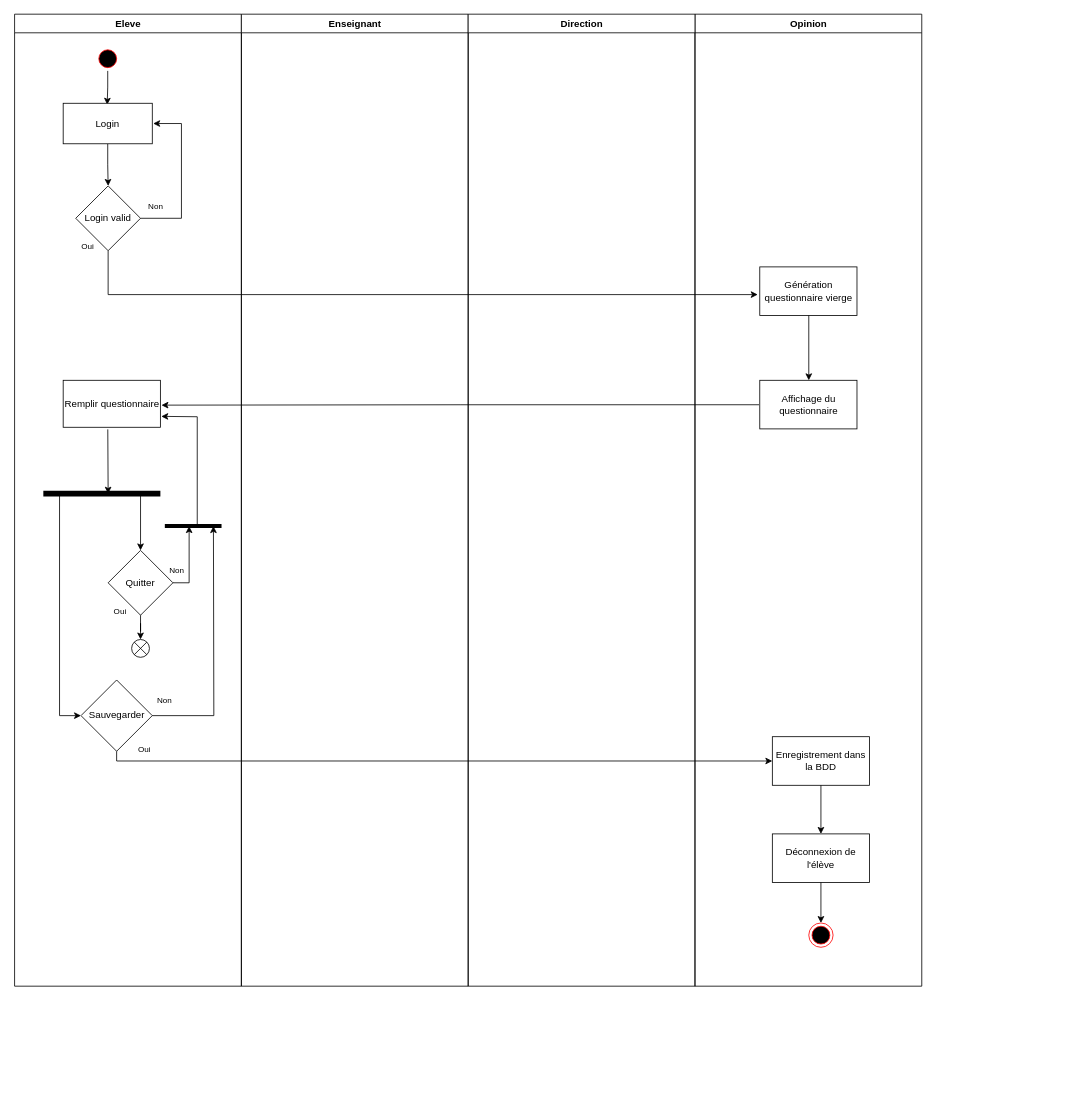
Above: DiagrameDActivite1.drawio in Devetik/Diagrammes (draw.io), before the change. Source tidied: cells renumbered, new cells numbered last; positions are measured from the earlier drawing's top-left corner, leaving out a move shared by most shapes. Both pictures are drawn from the tidied source at 81%, with x=0, y=0 at pixel (14, 14).
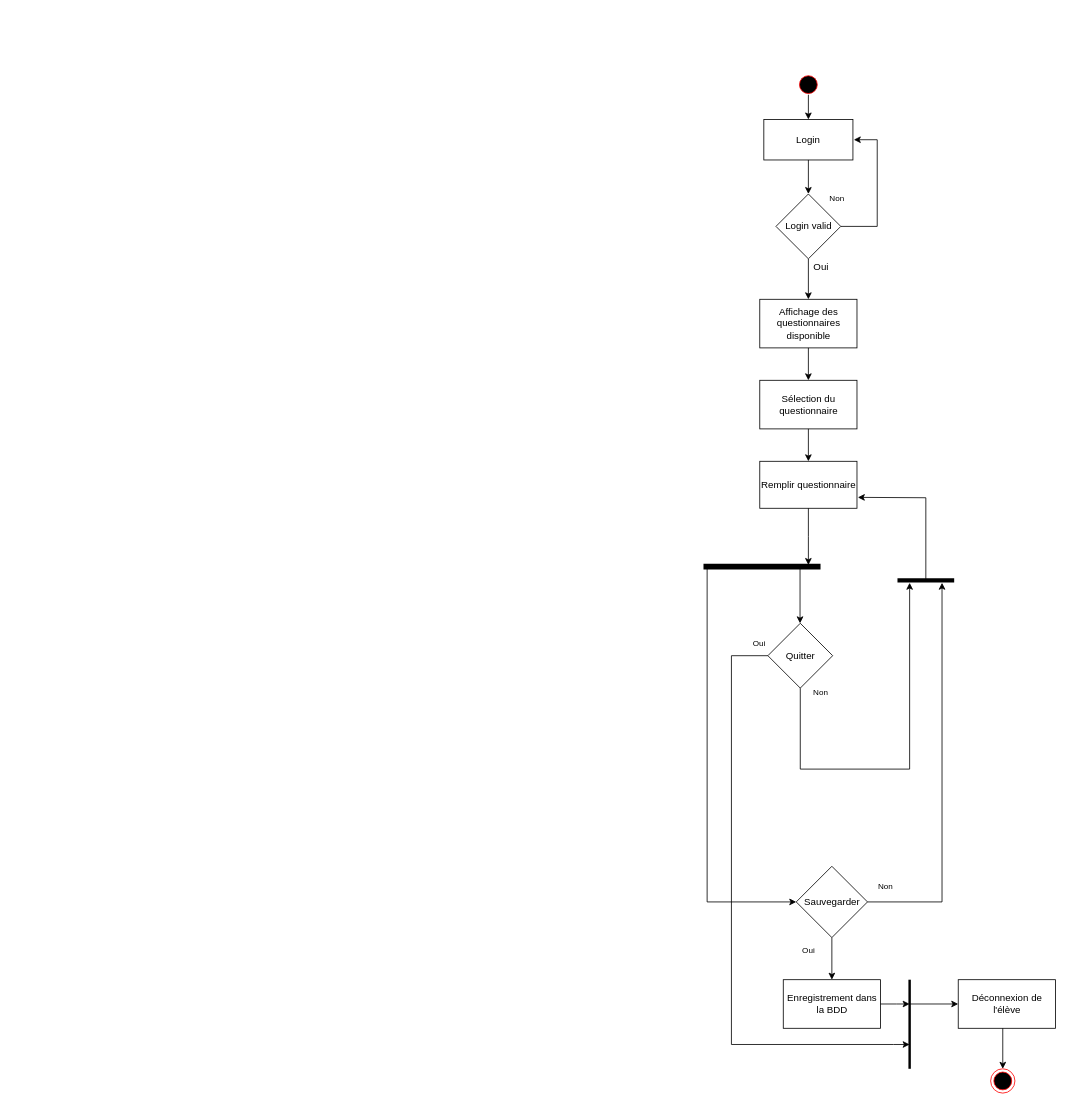
The same diagram, later.

The edit, as a diff of the source:
```diff
@@
-    <mxCell id="2" value="Opinion" style="swimlane;whiteSpace=wrap;" parent="1" vertex="1">
-      <mxGeometry x="840.5" width="280" height="1200" as="geometry" />
-    </mxCell>
-    <mxCell id="3" value="Génération questionnaire vierge" style="whiteSpace=wrap;html=1;fillColor=none;strokeColor=rgb(0, 0, 0);" parent="2" vertex="1">
-      <mxGeometry x="80" y="312" width="120" height="60" as="geometry" />
-    </mxCell>
-    <mxCell id="4" value="Enregistrement dans la BDD" style="rounded=0;whiteSpace=wrap;html=1;fontColor=default;fillColor=none;" parent="2" vertex="1">
-      <mxGeometry x="95.5" y="892" width="120" height="60" as="geometry" />
-    </mxCell>
-    <mxCell id="5" value="Déconnexion de l'élève" style="rounded=0;whiteSpace=wrap;html=1;fontColor=default;fillColor=none;" parent="2" vertex="1">
-      <mxGeometry x="95.5" y="1012" width="120" height="60" as="geometry" />
-    </mxCell>
-    <mxCell id="6" style="ellipse;html=1;shape=endState;fillColor=#000000;strokeColor=#ff0000;fontColor=default;" parent="2" vertex="1">
-      <mxGeometry x="140.5" y="1122" width="30" height="30" as="geometry" />
-    </mxCell>
-    <mxCell id="7" value="Eleve" style="swimlane;whiteSpace=wrap;" parent="1" vertex="1">
-      <mxGeometry x="0.5" width="280" height="1200" as="geometry" />
-    </mxCell>
+    <mxCell id="30" style="edgeStyle=orthogonalEdgeStyle;rounded=0;jettySize=auto;html=1;entryX=0.5;entryY=0;entryDx=0;entryDy=0;" parent="1" edge="1" source="31" target="14">
+      <mxGeometry relative="1" as="geometry" />
+    </mxCell>
+    <mxCell id="31" value="Sélection du questionnaire" style="whiteSpace=wrap;html=1;fillColor=none;strokeColor=rgb(0, 0, 0);fontColor=rgb(0, 0, 0);" parent="1" vertex="1">
+      <mxGeometry x="920.5" y="452" width="120" height="60" as="geometry" />
+    </mxCell>
+    <mxCell id="9" style="ellipse;shape=startState;fillColor=#000000;strokeColor=#ff0000;" parent="1" vertex="1">
+      <mxGeometry x="965.5" y="72" width="30" height="30" as="geometry" />
+    </mxCell>
-    <mxCell id="8" style="edgeStyle=orthogonalEdgeStyle;rounded=0;jettySize=auto;html=1;exitX=0.5;exitY=1;exitDx=0;exitDy=0;entryX=0.494;entryY=0.036;entryDx=0;entryDy=0;entryPerimeter=0;fontColor=default;" parent="7" edge="1" source="9" target="11">
+    <mxCell id="8" style="edgeStyle=orthogonalEdgeStyle;rounded=0;jettySize=auto;html=1;exitX=0.5;exitY=0.916;exitDx=0;exitDy=0;entryX=0.5;entryY=0;entryDx=0;entryDy=0;fontColor=default;exitPerimeter=0;" parent="1" edge="1" source="9" target="11">
       <mxGeometry relative="1" as="geometry" />
     </mxCell>
-    <mxCell id="9" style="ellipse;shape=startState;fillColor=#000000;strokeColor=#ff0000;" parent="7" vertex="1">
-      <mxGeometry x="100" y="40" width="30" height="30" as="geometry" />
-    </mxCell>
+    <mxCell id="11" value="Login" style="fillColor=none;" parent="1" vertex="1">
+      <mxGeometry x="925.5" y="130" width="110" height="50" as="geometry" />
+    </mxCell>
-    <mxCell id="10" style="edgeStyle=orthogonalEdgeStyle;rounded=0;jettySize=auto;html=1;entryX=0.5;entryY=0;entryDx=0;entryDy=0;fontColor=default;" parent="7" edge="1" source="11" target="13">
+    <mxCell id="10" style="edgeStyle=orthogonalEdgeStyle;rounded=0;jettySize=auto;html=1;entryX=0.5;entryY=0;entryDx=0;entryDy=0;fontColor=default;" parent="1" edge="1" source="11" target="13">
       <mxGeometry relative="1" as="geometry" />
     </mxCell>
-    <mxCell id="11" value="Login" parent="7" vertex="1">
-      <mxGeometry x="60" y="110" width="110" height="50" as="geometry" />
-    </mxCell>
-    <mxCell id="12" style="edgeStyle=orthogonalEdgeStyle;rounded=0;jettySize=auto;html=1;fontColor=default;exitX=1;exitY=0.5;exitDx=0;exitDy=0;entryX=1.01;entryY=0.5;entryDx=0;entryDy=0;entryPerimeter=0;" parent="7" edge="1" source="13" target="11">
+    <mxCell id="12" style="edgeStyle=orthogonalEdgeStyle;rounded=0;jettySize=auto;html=1;fontColor=default;exitX=1;exitY=0.5;exitDx=0;exitDy=0;entryX=1.01;entryY=0.5;entryDx=0;entryDy=0;entryPerimeter=0;" parent="1" edge="1" source="13" target="11">
       <mxGeometry relative="1" as="geometry">
         <Array as="points">
-          <mxPoint x="206" y="252" />
-          <mxPoint x="206" y="135" />
+          <mxPoint x="1065.5" y="262" />
+          <mxPoint x="1065.5" y="155" />
         </Array>
       </mxGeometry>
     </mxCell>
+    <mxCell id="42" style="edgeStyle=orthogonalEdgeStyle;rounded=0;jettySize=auto;html=1;exitX=0.5;exitY=1;exitDx=0;exitDy=0;entryX=0.5;entryY=0;entryDx=0;entryDy=0;" parent="1" edge="1" source="13" target="47">
+      <mxGeometry relative="1" as="geometry" />
+    </mxCell>
-    <mxCell id="13" value="Login valid" style="rhombus;whiteSpace=wrap;html=1;fontColor=default;fillColor=none;" parent="7" vertex="1">
-      <mxGeometry x="75.5" y="212" width="80" height="80" as="geometry" />
+    <mxCell id="13" value="Login valid" style="rhombus;whiteSpace=wrap;html=1;fontColor=default;fillColor=none;" parent="1" vertex="1">
+      <mxGeometry x="940.5" y="222" width="80" height="80" as="geometry" />
     </mxCell>
+    <mxCell id="21" value="&lt;font style=&quot;font-size: 10px;&quot;&gt;Non&lt;/font&gt;" style="text;html=1;strokeColor=none;fillColor=none;align=center;verticalAlign=middle;whiteSpace=wrap;rounded=0;fontColor=default;" parent="1" vertex="1">
+      <mxGeometry x="985.5" y="212" width="60" height="30" as="geometry" />
+    </mxCell>
+    <mxCell id="43" style="edgeStyle=orthogonalEdgeStyle;rounded=0;jettySize=auto;html=1;" parent="1" edge="1" source="14">
+      <mxGeometry relative="1" as="geometry">
+        <mxPoint x="980.5" y="680" as="targetPoint" />
+      </mxGeometry>
+    </mxCell>
-    <mxCell id="14" value="Remplir questionnaire" style="whiteSpace=wrap;html=1;fillColor=none;strokeColor=rgb(0, 0, 0);fontColor=rgb(0, 0, 0);" parent="7" vertex="1">
-      <mxGeometry x="60" y="452" width="120" height="58" as="geometry" />
+    <mxCell id="14" value="Remplir questionnaire" style="whiteSpace=wrap;html=1;fillColor=none;strokeColor=rgb(0, 0, 0);fontColor=rgb(0, 0, 0);" parent="1" vertex="1">
+      <mxGeometry x="920.5" y="552" width="120" height="58" as="geometry" />
     </mxCell>
-    <mxCell id="15" style="endArrow=none;html=1;rounded=0;fontColor=default;strokeWidth=7;" parent="7" edge="1">
+    <mxCell id="15" style="endArrow=none;html=1;rounded=0;fontColor=default;strokeWidth=7;" parent="1" edge="1">
       <mxGeometry relative="1" as="geometry">
-        <mxPoint x="35.5" y="592" as="sourcePoint" />
-        <mxPoint x="180" y="592" as="targetPoint" />
+        <mxPoint x="851" y="682" as="sourcePoint" />
+        <mxPoint x="995.5" y="682" as="targetPoint" />
       </mxGeometry>
     </mxCell>
-    <mxCell id="16" style="edgeStyle=orthogonalEdgeStyle;rounded=0;jettySize=auto;html=1;entryX=0.5;entryY=0;entryDx=0;entryDy=0;fontColor=default;strokeWidth=1;" parent="7" edge="1" source="17" target="19">
-      <mxGeometry relative="1" as="geometry" />
+    <mxCell id="16" style="edgeStyle=orthogonalEdgeStyle;rounded=0;jettySize=auto;html=1;fontColor=default;strokeWidth=1;" parent="1" edge="1" source="17">
+      <mxGeometry relative="1" as="geometry">
+        <mxPoint x="1105.5" y="1272" as="targetPoint" />
+        <Array as="points">
+          <mxPoint x="885.5" y="792" />
+          <mxPoint x="885.5" y="1272" />
+          <mxPoint x="1085.5" y="1272" />
+        </Array>
+      </mxGeometry>
     </mxCell>
-    <mxCell id="17" value="Quitter" style="rhombus;whiteSpace=wrap;html=1;fontColor=default;fillColor=none;" parent="7" vertex="1">
-      <mxGeometry x="115.5" y="662" width="80" height="80" as="geometry" />
+    <mxCell id="17" value="Quitter" style="rhombus;whiteSpace=wrap;html=1;fontColor=default;fillColor=none;" parent="1" vertex="1">
+      <mxGeometry x="930.5" y="752" width="80" height="80" as="geometry" />
     </mxCell>
-    <mxCell id="18" style="endArrow=classic;html=1;rounded=0;fontColor=default;strokeWidth=1;" parent="7" edge="1">
+    <mxCell id="18" style="endArrow=classic;html=1;rounded=0;fontColor=default;strokeWidth=1;" parent="1" edge="1">
       <mxGeometry relative="1" as="geometry">
-        <mxPoint x="155.5" y="592" as="sourcePoint" />
-        <mxPoint x="155.5" y="662" as="targetPoint" />
+        <mxPoint x="970.2" y="682" as="sourcePoint" />
+        <mxPoint x="970.2" y="752" as="targetPoint" />
       </mxGeometry>
     </mxCell>
-    <mxCell id="19" style="shape=sumEllipse;perimeter=ellipsePerimeter;whiteSpace=wrap;html=1;backgroundOutline=1;fontColor=default;fillColor=none;" parent="7" vertex="1">
-      <mxGeometry x="144.5" y="772" width="22" height="22" as="geometry" />
-    </mxCell>
+    <mxCell id="44" style="edgeStyle=orthogonalEdgeStyle;rounded=0;jettySize=auto;html=1;entryX=0.5;entryY=0;entryDx=0;entryDy=0;" parent="1" edge="1" source="20" target="4">
+      <mxGeometry relative="1" as="geometry" />
+    </mxCell>
-    <mxCell id="20" value="Sauvegarder" style="rhombus;whiteSpace=wrap;html=1;fontColor=default;fillColor=none;" parent="7" vertex="1">
-      <mxGeometry x="82" y="822" width="88" height="88" as="geometry" />
+    <mxCell id="20" value="Sauvegarder" style="rhombus;whiteSpace=wrap;html=1;fontColor=default;fillColor=none;" parent="1" vertex="1">
+      <mxGeometry x="965.5" y="1052" width="88" height="88" as="geometry" />
     </mxCell>
-    <mxCell id="21" value="&lt;font style=&quot;font-size: 10px;&quot;&gt;Non&lt;/font&gt;" style="text;html=1;strokeColor=none;fillColor=none;align=center;verticalAlign=middle;whiteSpace=wrap;rounded=0;fontColor=default;" parent="7" vertex="1">
-      <mxGeometry x="144.5" y="222" width="60" height="30" as="geometry" />
-    </mxCell>
-    <mxCell id="22" value="&lt;font style=&quot;font-size: 10px;&quot;&gt;Non&lt;/font&gt;" style="text;html=1;strokeColor=none;fillColor=none;align=center;verticalAlign=middle;whiteSpace=wrap;rounded=0;fontColor=default;" parent="7" vertex="1">
-      <mxGeometry x="170" y="672" width="60" height="30" as="geometry" />
+    <mxCell id="22" value="&lt;font style=&quot;font-size: 10px;&quot;&gt;Non&lt;/font&gt;" style="text;html=1;strokeColor=none;fillColor=none;align=center;verticalAlign=middle;whiteSpace=wrap;rounded=0;fontColor=default;" parent="1" vertex="1">
+      <mxGeometry x="965.5" y="822" width="60" height="30" as="geometry" />
     </mxCell>
-    <mxCell id="23" value="&lt;font style=&quot;font-size: 10px;&quot;&gt;Non&lt;/font&gt;" style="text;html=1;strokeColor=none;fillColor=none;align=center;verticalAlign=middle;whiteSpace=wrap;rounded=0;fontColor=default;" parent="7" vertex="1">
-      <mxGeometry x="155.5" y="832" width="60" height="30" as="geometry" />
+    <mxCell id="23" value="&lt;font style=&quot;font-size: 10px;&quot;&gt;Non&lt;/font&gt;" style="text;html=1;strokeColor=none;fillColor=none;align=center;verticalAlign=middle;whiteSpace=wrap;rounded=0;fontColor=default;" parent="1" vertex="1">
+      <mxGeometry x="1045.5" y="1062" width="60" height="30" as="geometry" />
     </mxCell>
-    <mxCell id="24" value="&lt;font style=&quot;font-size: 10px;&quot;&gt;Oui&lt;/font&gt;" style="text;html=1;strokeColor=none;fillColor=none;align=center;verticalAlign=middle;whiteSpace=wrap;rounded=0;fontColor=default;" parent="7" vertex="1">
-      <mxGeometry x="130" y="892" width="60" height="30" as="geometry" />
+    <mxCell id="24" value="&lt;font style=&quot;font-size: 10px;&quot;&gt;Oui&lt;/font&gt;" style="text;html=1;strokeColor=none;fillColor=none;align=center;verticalAlign=middle;whiteSpace=wrap;rounded=0;fontColor=default;" parent="1" vertex="1">
+      <mxGeometry x="950.5" y="1140" width="60" height="30" as="geometry" />
     </mxCell>
-    <mxCell id="25" value="&lt;font style=&quot;font-size: 10px;&quot;&gt;Oui&lt;/font&gt;" style="text;html=1;strokeColor=none;fillColor=none;align=center;verticalAlign=middle;whiteSpace=wrap;rounded=0;fontColor=default;" parent="7" vertex="1">
-      <mxGeometry x="100" y="722" width="60" height="30" as="geometry" />
+    <mxCell id="25" value="&lt;font style=&quot;font-size: 10px;&quot;&gt;Oui&lt;/font&gt;" style="text;html=1;strokeColor=none;fillColor=none;align=center;verticalAlign=middle;whiteSpace=wrap;rounded=0;fontColor=default;" parent="1" vertex="1">
+      <mxGeometry x="890" y="762" width="60" height="30" as="geometry" />
     </mxCell>
-    <mxCell id="26" value="&lt;font style=&quot;font-size: 10px;&quot;&gt;Oui&lt;/font&gt;" style="text;html=1;strokeColor=none;fillColor=none;align=center;verticalAlign=middle;whiteSpace=wrap;rounded=0;fontColor=default;" parent="7" vertex="1">
-      <mxGeometry x="60" y="272" width="60" height="30" as="geometry" />
-    </mxCell>
-    <mxCell id="27" value="Enseignant" style="swimlane;whiteSpace=wrap;" parent="1" vertex="1">
-      <mxGeometry x="280.5" width="280" height="1200" as="geometry" />
-    </mxCell>
-    <mxCell id="28" value="Direction" style="swimlane;whiteSpace=wrap;" parent="1" vertex="1">
-      <mxGeometry x="560.5" width="280" height="1200" as="geometry" />
-    </mxCell>
-    <mxCell id="29" style="edgeStyle=orthogonalEdgeStyle;rounded=0;jettySize=auto;html=1;fontColor=default;entryX=-0.021;entryY=0.57;entryDx=0;entryDy=0;entryPerimeter=0;" parent="1" edge="1" source="13" target="3">
-      <mxGeometry relative="1" as="geometry">
-        <Array as="points">
-          <mxPoint x="116" y="346" />
-        </Array>
-      </mxGeometry>
-    </mxCell>
-    <mxCell id="30" style="edgeStyle=orthogonalEdgeStyle;rounded=0;jettySize=auto;html=1;fontColor=default;exitX=-0.008;exitY=0.503;exitDx=0;exitDy=0;exitPerimeter=0;entryX=1.011;entryY=0.529;entryDx=0;entryDy=0;entryPerimeter=0;" parent="1" edge="1" source="31" target="14">
-      <mxGeometry relative="1" as="geometry" />
-    </mxCell>
-    <mxCell id="31" value="Affichage du questionnaire" style="whiteSpace=wrap;html=1;fillColor=none;strokeColor=rgb(0, 0, 0);fontColor=rgb(0, 0, 0);" parent="1" vertex="1">
-      <mxGeometry x="920.5" y="452" width="120" height="60" as="geometry" />
-    </mxCell>
-    <mxCell id="32" style="edgeStyle=orthogonalEdgeStyle;rounded=0;orthogonalLoop=1;jettySize=auto;html=1;fontColor=default;" parent="1" edge="1">
-      <mxGeometry relative="1" as="geometry">
-        <mxPoint x="981" y="372" as="sourcePoint" />
-        <mxPoint x="981" y="452" as="targetPoint" />
-      </mxGeometry>
-    </mxCell>
-    <mxCell id="33" style="endArrow=classic;html=1;rounded=0;fontColor=default;exitX=0.459;exitY=1.045;exitDx=0;exitDy=0;exitPerimeter=0;" parent="1" edge="1" source="14">
-      <mxGeometry relative="1" as="geometry">
-        <mxPoint x="116" y="592" as="targetPoint" />
-      </mxGeometry>
-    </mxCell>
     <mxCell id="34" style="endArrow=classic;html=1;rounded=0;fontColor=default;strokeWidth=1;entryX=0;entryY=0.5;entryDx=0;entryDy=0;" parent="1" edge="1" target="20">
       <mxGeometry relative="1" as="geometry">
-        <mxPoint x="56" y="592" as="sourcePoint" />
+        <mxPoint x="855.5" y="682" as="sourcePoint" />
         <Array as="points">
-          <mxPoint x="56" y="866" />
+          <mxPoint x="855.5" y="1096" />
         </Array>
       </mxGeometry>
     </mxCell>
-    <mxCell id="35" style="edgeStyle=orthogonalEdgeStyle;rounded=0;jettySize=auto;html=1;fontColor=default;endArrow=classic;endFill=1;strokeWidth=1;" parent="1" edge="1" source="20">
-      <mxGeometry relative="1" as="geometry">
-        <mxPoint x="936" y="922" as="targetPoint" />
-        <Array as="points">
-          <mxPoint x="126" y="922" />
-          <mxPoint x="926" y="922" />
-        </Array>
-      </mxGeometry>
-    </mxCell>
-    <mxCell id="36" style="edgeStyle=orthogonalEdgeStyle;rounded=0;orthogonalLoop=1;jettySize=auto;html=1;fontColor=default;endArrow=classic;endFill=1;strokeWidth=1;" parent="1" edge="1">
-      <mxGeometry relative="1" as="geometry">
-        <mxPoint x="996" y="952" as="sourcePoint" />
-        <mxPoint x="996" y="1012" as="targetPoint" />
-      </mxGeometry>
-    </mxCell>
-    <mxCell id="37" style="edgeStyle=orthogonalEdgeStyle;rounded=0;orthogonalLoop=1;jettySize=auto;html=1;fontColor=default;endArrow=classic;endFill=1;strokeWidth=1;" parent="1" edge="1">
-      <mxGeometry relative="1" as="geometry">
-        <mxPoint x="996" y="1072" as="sourcePoint" />
-        <mxPoint x="996" y="1122" as="targetPoint" />
-      </mxGeometry>
-    </mxCell>
     <mxCell id="38" style="endArrow=none;html=1;rounded=0;fontColor=default;strokeWidth=5;" parent="1" edge="1">
       <mxGeometry relative="1" as="geometry">
-        <mxPoint x="186" y="632" as="sourcePoint" />
-        <mxPoint x="256" y="632" as="targetPoint" />
+        <mxPoint x="1090.5" y="699" as="sourcePoint" />
+        <mxPoint x="1160.5" y="699" as="targetPoint" />
       </mxGeometry>
     </mxCell>
     <mxCell id="39" style="edgeStyle=orthogonalEdgeStyle;rounded=0;jettySize=auto;html=1;fontColor=default;endArrow=classic;endFill=1;strokeWidth=1;" parent="1" edge="1" source="20">
       <mxGeometry relative="1" as="geometry">
-        <mxPoint x="246" y="632" as="targetPoint" />
+        <mxPoint x="1145.5" y="702" as="targetPoint" />
+        <Array as="points">
+          <mxPoint x="1145.5" y="1096" />
+          <mxPoint x="1145.5" y="702" />
+        </Array>
       </mxGeometry>
     </mxCell>
     <mxCell id="40" style="edgeStyle=orthogonalEdgeStyle;rounded=0;jettySize=auto;html=1;fontColor=default;endArrow=classic;endFill=1;strokeWidth=1;" parent="1" edge="1" source="17">
       <mxGeometry relative="1" as="geometry">
-        <mxPoint x="216" y="632" as="targetPoint" />
+        <mxPoint x="1105.5" y="702" as="targetPoint" />
         <Array as="points">
-          <mxPoint x="216" y="702" />
+          <mxPoint x="970.5" y="932" />
+          <mxPoint x="1105.5" y="932" />
         </Array>
       </mxGeometry>
     </mxCell>
     <mxCell id="41" style="endArrow=classic;html=1;rounded=0;fontColor=default;strokeWidth=1;entryX=1.009;entryY=0.768;entryDx=0;entryDy=0;entryPerimeter=0;" parent="1" edge="1" target="14">
       <mxGeometry relative="1" as="geometry">
-        <mxPoint x="226" y="632" as="sourcePoint" />
+        <mxPoint x="1125.5" y="699" as="sourcePoint" />
         <Array as="points">
-          <mxPoint x="226" y="497" />
+          <mxPoint x="1125.5" y="597" />
         </Array>
       </mxGeometry>
     </mxCell>
+    <mxCell id="45" style="edgeStyle=orthogonalEdgeStyle;rounded=0;jettySize=auto;html=1;strokeWidth=1;" parent="1" edge="1" source="4">
+      <mxGeometry relative="1" as="geometry">
+        <mxPoint x="1105.5" y="1222" as="targetPoint" />
+      </mxGeometry>
+    </mxCell>
+    <mxCell id="4" value="Enregistrement dans la BDD" style="rounded=0;whiteSpace=wrap;html=1;fontColor=default;fillColor=none;" parent="1" vertex="1">
+      <mxGeometry x="949.5" y="1192" width="120" height="60" as="geometry" />
+    </mxCell>
+    <mxCell id="5" value="Déconnexion de l'élève" style="rounded=0;whiteSpace=wrap;html=1;fontColor=default;fillColor=none;" parent="1" vertex="1">
+      <mxGeometry x="1165.5" y="1192" width="120" height="60" as="geometry" />
+    </mxCell>
+    <mxCell id="6" style="ellipse;html=1;shape=endState;fillColor=#000000;strokeColor=#ff0000;fontColor=default;" parent="1" vertex="1">
+      <mxGeometry x="1205.5" y="1302" width="30" height="30" as="geometry" />
+    </mxCell>
+    <mxCell id="37" style="edgeStyle=orthogonalEdgeStyle;rounded=0;orthogonalLoop=1;jettySize=auto;html=1;fontColor=default;endArrow=classic;endFill=1;strokeWidth=1;" parent="1" edge="1">
+      <mxGeometry relative="1" as="geometry">
+        <mxPoint x="1220.5" y="1252" as="sourcePoint" />
+        <mxPoint x="1220.5" y="1302" as="targetPoint" />
+      </mxGeometry>
+    </mxCell>
+    <mxCell id="26" value="Oui" style="text;html=1;align=center;verticalAlign=middle;strokeColor=none;fillColor=none;" parent="1" vertex="1">
+      <mxGeometry x="980.5" y="302" width="30" height="20" as="geometry" />
+    </mxCell>
+    <mxCell id="46" style="edgeStyle=orthogonalEdgeStyle;rounded=0;jettySize=auto;html=1;entryX=0.5;entryY=0;entryDx=0;entryDy=0;" parent="1" edge="1" source="47" target="31">
+      <mxGeometry relative="1" as="geometry" />
+    </mxCell>
+    <mxCell id="47" value="Affichage des questionnaires disponible" style="rounded=0;whiteSpace=wrap;html=1;fillColor=none;" parent="1" vertex="1">
+      <mxGeometry x="920.5" y="352" width="120" height="60" as="geometry" />
+    </mxCell>
+    <mxCell id="48" style="endArrow=none;html=1;rounded=0;strokeWidth=3;" parent="1" edge="1">
+      <mxGeometry relative="1" as="geometry">
+        <mxPoint x="1105.5" y="1302" as="sourcePoint" />
+        <mxPoint x="1105.5" y="1192" as="targetPoint" />
+      </mxGeometry>
+    </mxCell>
+    <mxCell id="49" style="endArrow=classic;html=1;rounded=0;strokeWidth=1;entryX=0;entryY=0.5;entryDx=0;entryDy=0;" parent="1" edge="1" target="5">
+      <mxGeometry relative="1" as="geometry">
+        <mxPoint x="1105.5" y="1222" as="sourcePoint" />
+      </mxGeometry>
+    </mxCell>
```
